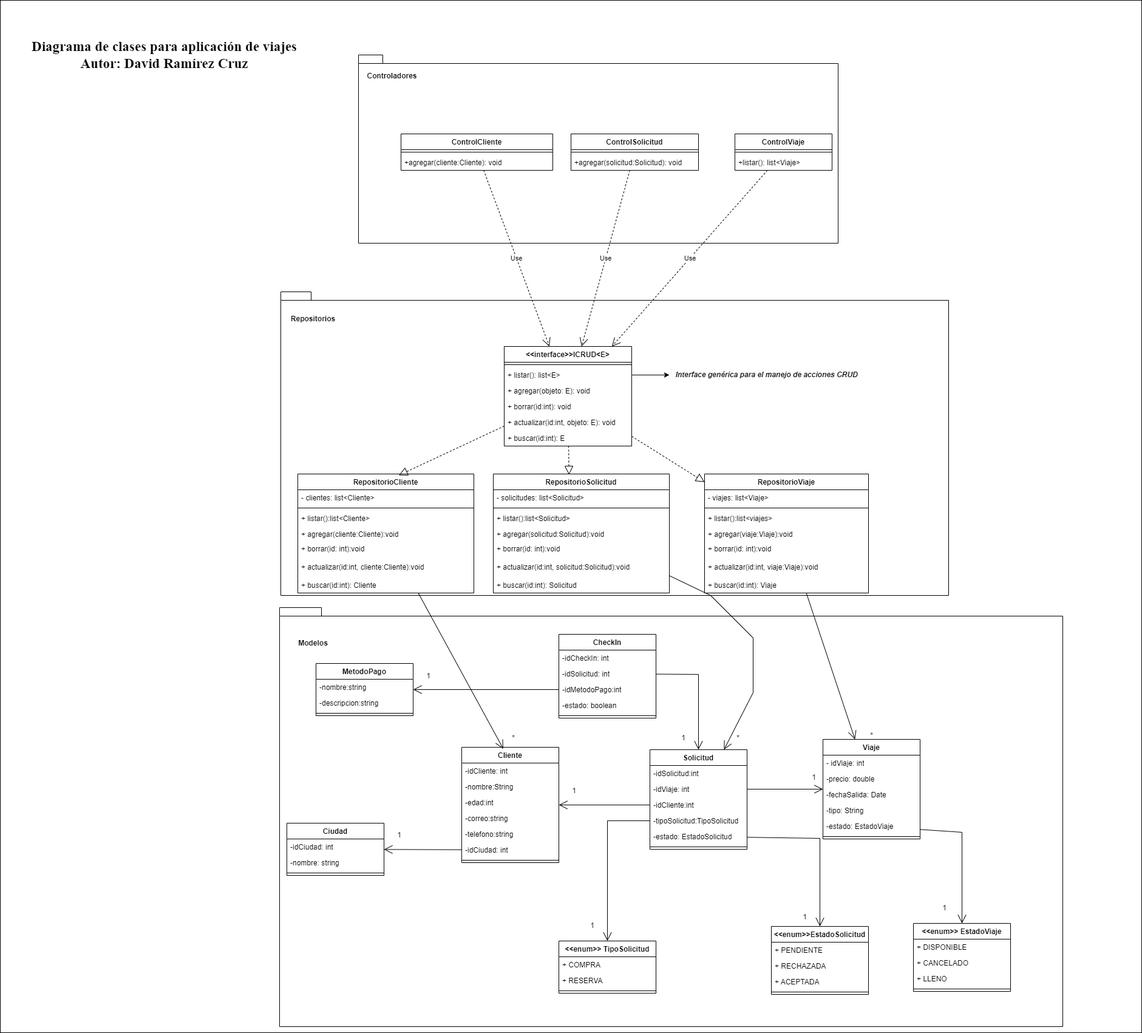
The draw.io diagram diagramas/diagrama de clases.png in Davidrc26/prueba-tecnica-backend, before a commit. Source tidied: cells renumbered, new cells last; positions are measured from the earlier drawing's top-left corner, leaving out a move shared by most shapes.
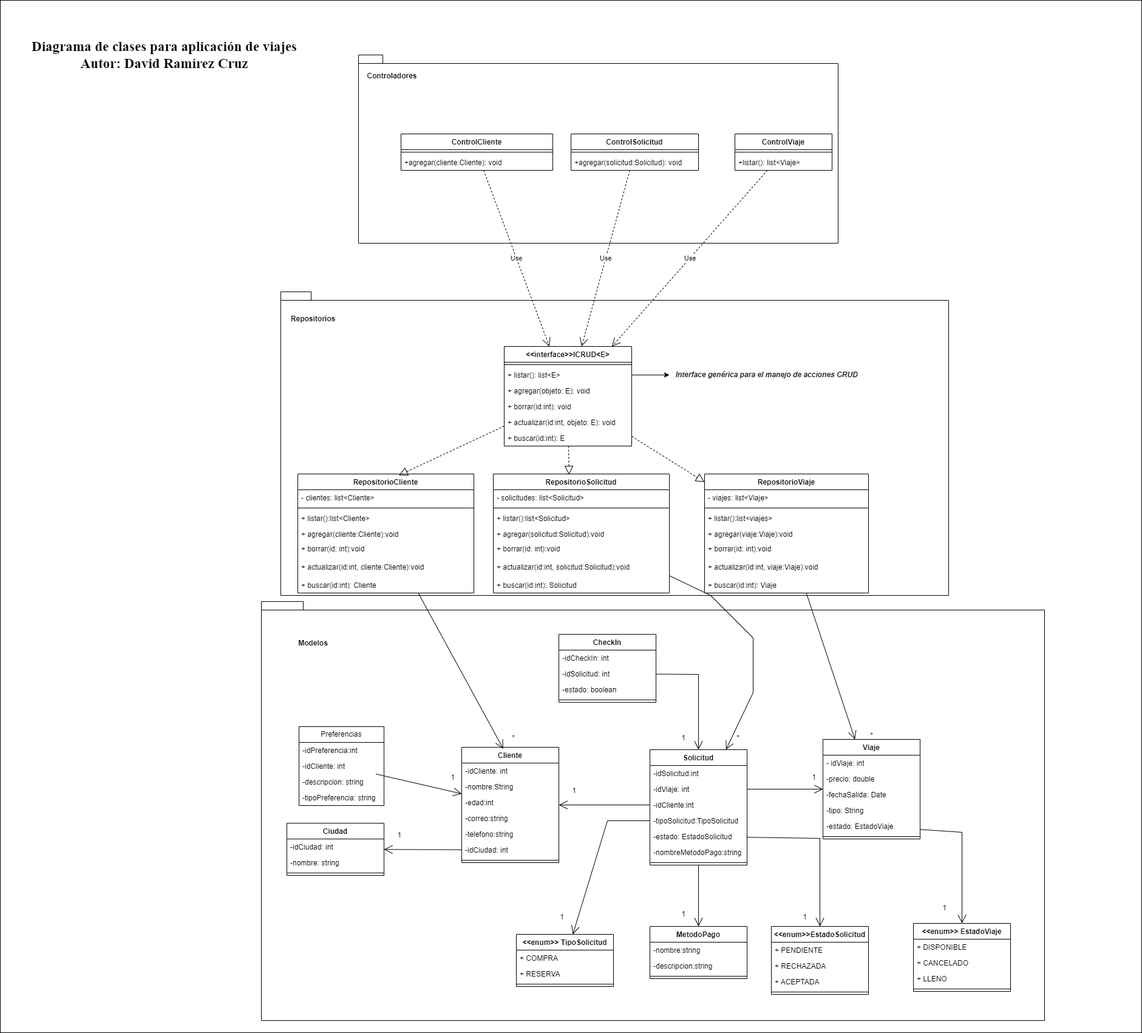
After the change.

Commit message:
pseudo codigo mejorado y ajustes al diagrama

The edit, as a diff of the source:
```diff
@@ -9,7 +9,7 @@
       <mxGeometry x="462" y="480" width="1100" height="500" as="geometry" />
     </mxCell>
     <mxCell id="4" style="shape=folder;fontStyle=1;spacingTop=10;tabWidth=40;tabHeight=14;tabPosition=left;html=1;whiteSpace=wrap;" parent="1" vertex="1">
-      <mxGeometry x="460" y="1000" width="1290" height="690" as="geometry" />
+      <mxGeometry x="430" y="990" width="1290" height="690" as="geometry" />
     </mxCell>
     <mxCell id="5" value="Viaje" style="swimlane;fontStyle=1;align=center;verticalAlign=top;horizontal=1;startSize=26;whiteSpace=wrap;html=1;" parent="1" vertex="1">
       <mxGeometry x="1355" y="1217" width="160" height="164" as="geometry" />
@@ -55,7 +55,7 @@
       </mxGeometry>
     </mxCell>
     <mxCell id="18" value="Solicitud" style="swimlane;fontStyle=1;align=center;verticalAlign=top;horizontal=1;startSize=26;whiteSpace=wrap;html=1;" parent="1" vertex="1">
-      <mxGeometry x="1070" y="1234" width="160" height="164" as="geometry" />
+      <mxGeometry x="1070" y="1234" width="160" height="190" as="geometry" />
     </mxCell>
     <mxCell id="19" value="-idSolicitud:int" style="text;strokeColor=none;fillColor=none;align=left;verticalAlign=top;spacingLeft=4;spacingRight=4;overflow=hidden;whiteSpace=wrap;html=1;" parent="18" vertex="1">
       <mxGeometry y="26" width="160" height="26" as="geometry" />
@@ -72,11 +72,14 @@
     <mxCell id="23" value="-estado: EstadoSolicitud" style="text;strokeColor=none;fillColor=none;align=left;verticalAlign=top;spacingLeft=4;spacingRight=4;overflow=hidden;points=[[0,0.5],[1,0.5]];portConstraint=eastwest;whiteSpace=wrap;html=1;" parent="18" vertex="1">
       <mxGeometry y="130" width="160" height="26" as="geometry" />
     </mxCell>
+    <mxCell id="130" value="-nombreMetodoPago:string" style="text;strokeColor=none;fillColor=none;align=left;verticalAlign=top;spacingLeft=4;spacingRight=4;overflow=hidden;whiteSpace=wrap;html=1;" parent="18" vertex="1">
+      <mxGeometry y="156" width="160" height="26" as="geometry" />
+    </mxCell>
     <mxCell id="24" style="line;strokeWidth=1;fillColor=none;align=left;verticalAlign=middle;spacingTop=-1;spacingLeft=3;spacingRight=3;labelPosition=right;strokeColor=inherit;" parent="18" vertex="1">
-      <mxGeometry y="156" width="160" height="8" as="geometry" />
+      <mxGeometry y="182" width="160" height="8" as="geometry" />
     </mxCell>
     <mxCell id="25" value="&amp;lt;&amp;lt;enum&amp;gt;&amp;gt; TipoSolicitud" style="swimlane;fontStyle=1;align=center;verticalAlign=top;horizontal=1;startSize=26;whiteSpace=wrap;html=1;" parent="1" vertex="1">
-      <mxGeometry x="920" y="1549" width="160" height="86" as="geometry" />
+      <mxGeometry x="850" y="1538" width="160" height="86" as="geometry" />
     </mxCell>
     <mxCell id="26" value="+ COMPRA" style="text;strokeColor=none;fillColor=none;align=left;verticalAlign=top;spacingLeft=4;spacingRight=4;overflow=hidden;whiteSpace=wrap;html=1;" parent="25" vertex="1">
       <mxGeometry y="26" width="160" height="26" as="geometry" />
@@ -159,7 +162,7 @@
       <mxGeometry relative="1" as="geometry" />
     </mxCell>
     <mxCell id="50" value="1" style="text;html=1;align=center;verticalAlign=middle;strokeColor=none;fillColor=none;" parent="1" vertex="1">
-      <mxGeometry x="960" y="1509" width="30" height="30" as="geometry" />
+      <mxGeometry x="910" y="1495" width="30" height="30" as="geometry" />
     </mxCell>
     <mxCell id="51" value="1" style="text;html=1;align=center;verticalAlign=middle;strokeColor=none;fillColor=none;" parent="1" vertex="1">
       <mxGeometry x="1310" y="1495" width="30" height="30" as="geometry" />
@@ -180,7 +183,7 @@
       <mxGeometry x="642" y="1360" width="30" height="30" as="geometry" />
     </mxCell>
     <mxCell id="57" value="CheckIn" style="swimlane;fontStyle=1;align=center;verticalAlign=top;horizontal=1;startSize=26;whiteSpace=wrap;html=1;" parent="1" vertex="1">
-      <mxGeometry x="920" y="1044" width="160" height="138" as="geometry" />
+      <mxGeometry x="920" y="1044" width="160" height="112" as="geometry" />
     </mxCell>
     <mxCell id="58" value="-idCheckIn: int" style="text;strokeColor=none;fillColor=none;align=left;verticalAlign=top;spacingLeft=4;spacingRight=4;overflow=hidden;whiteSpace=wrap;html=1;" parent="57" vertex="1">
       <mxGeometry y="26" width="160" height="26" as="geometry" />
@@ -188,14 +191,11 @@
     <mxCell id="59" value="-idSolicitud: int" style="text;strokeColor=none;fillColor=none;align=left;verticalAlign=top;spacingLeft=4;spacingRight=4;overflow=hidden;points=[[0,0.5],[1,0.5]];portConstraint=eastwest;whiteSpace=wrap;html=1;" parent="57" vertex="1">
       <mxGeometry y="52" width="160" height="26" as="geometry" />
     </mxCell>
-    <mxCell id="60" value="-idMetodoPago:int" style="text;strokeColor=none;fillColor=none;align=left;verticalAlign=top;spacingLeft=4;spacingRight=4;overflow=hidden;points=[[0,0.5],[1,0.5]];portConstraint=eastwest;whiteSpace=wrap;html=1;" parent="57" vertex="1">
-      <mxGeometry y="78" width="160" height="26" as="geometry" />
-    </mxCell>
     <mxCell id="61" value="-estado: boolean" style="text;strokeColor=none;fillColor=none;align=left;verticalAlign=top;spacingLeft=4;spacingRight=4;overflow=hidden;whiteSpace=wrap;html=1;" parent="57" vertex="1">
-      <mxGeometry y="104" width="160" height="26" as="geometry" />
+      <mxGeometry y="78" width="160" height="26" as="geometry" />
     </mxCell>
     <mxCell id="62" style="line;strokeWidth=1;fillColor=none;align=left;verticalAlign=middle;spacingTop=-1;spacingLeft=3;spacingRight=3;labelPosition=right;strokeColor=inherit;" parent="57" vertex="1">
-      <mxGeometry y="130" width="160" height="8" as="geometry" />
+      <mxGeometry y="104" width="160" height="8" as="geometry" />
     </mxCell>
     <mxCell id="63" style="endArrow=open;endFill=1;endSize=12;html=1;rounded=0;" parent="1" edge="1" source="59" target="18">
       <mxGeometry relative="1" as="geometry">
@@ -340,7 +340,7 @@
       </mxGeometry>
     </mxCell>
     <mxCell id="107" value="MetodoPago" style="swimlane;fontStyle=1;align=center;verticalAlign=top;horizontal=1;startSize=26;whiteSpace=wrap;html=1;" parent="1" vertex="1">
-      <mxGeometry x="520" y="1092" width="160" height="86" as="geometry" />
+      <mxGeometry x="1070" y="1525" width="160" height="86" as="geometry" />
     </mxCell>
     <mxCell id="108" value="-nombre:string" style="text;strokeColor=none;fillColor=none;align=left;verticalAlign=top;spacingLeft=4;spacingRight=4;overflow=hidden;whiteSpace=wrap;html=1;" parent="107" vertex="1">
       <mxGeometry y="26" width="160" height="26" as="geometry" />
@@ -351,11 +351,11 @@
     <mxCell id="110" style="line;strokeWidth=1;fillColor=none;align=left;verticalAlign=middle;spacingTop=-1;spacingLeft=3;spacingRight=3;labelPosition=right;strokeColor=inherit;" parent="107" vertex="1">
       <mxGeometry y="78" width="160" height="8" as="geometry" />
     </mxCell>
-    <mxCell id="111" style="endArrow=open;endFill=1;endSize=12;html=1;rounded=0;" parent="1" edge="1" source="60" target="107">
+    <mxCell id="111" style="endArrow=open;endFill=1;endSize=12;html=1;rounded=0;" parent="1" edge="1" source="18" target="107">
       <mxGeometry relative="1" as="geometry" />
     </mxCell>
     <mxCell id="112" value="1" style="text;html=1;align=center;verticalAlign=middle;strokeColor=none;fillColor=none;" parent="1" vertex="1">
-      <mxGeometry x="690" y="1098" width="30" height="30" as="geometry" />
+      <mxGeometry x="730" y="1265" width="30" height="30" as="geometry" />
     </mxCell>
     <mxCell id="113" style="shape=folder;fontStyle=1;spacingTop=10;tabWidth=40;tabHeight=14;tabPosition=left;html=1;whiteSpace=wrap;" parent="1" vertex="1">
       <mxGeometry x="590" y="90" width="790" height="310" as="geometry" />
@@ -408,5 +408,26 @@
     <mxCell id="129" value="Diagrama de clases para aplicación de viajes&lt;br&gt;Autor: David Ramírez Cruz&lt;br&gt;" style="text;html=1;align=center;verticalAlign=middle;strokeColor=none;fillColor=none;fontSize=23;fontStyle=1;fontFamily=Times New Roman;" parent="1" vertex="1">
       <mxGeometry x="40" y="55" width="460" height="70" as="geometry" />
     </mxCell>
+    <mxCell id="131" value="1" style="text;html=1;align=center;verticalAlign=middle;strokeColor=none;fillColor=none;" parent="1" vertex="1">
+      <mxGeometry x="1110" y="1490" width="30" height="30" as="geometry" />
+    </mxCell>
+    <mxCell id="132" value="Preferencias" style="swimlane;fontStyle=0;horizontal=1;startSize=26;fillColor=none;whiteSpace=wrap;html=1;" parent="1" vertex="1">
+      <mxGeometry x="492" y="1196" width="140" height="130" as="geometry" />
+    </mxCell>
+    <mxCell id="133" value="-idPreferencia:int" style="text;strokeColor=none;fillColor=none;align=left;verticalAlign=top;spacingLeft=4;spacingRight=4;overflow=hidden;whiteSpace=wrap;html=1;" parent="132" vertex="1">
+      <mxGeometry y="26" width="140" height="26" as="geometry" />
+    </mxCell>
+    <mxCell id="134" value="-idCliente: int" style="text;strokeColor=none;fillColor=none;align=left;verticalAlign=top;spacingLeft=4;spacingRight=4;overflow=hidden;points=[[0,0.5],[1,0.5]];portConstraint=eastwest;whiteSpace=wrap;html=1;" parent="132" vertex="1">
+      <mxGeometry y="52" width="140" height="26" as="geometry" />
+    </mxCell>
+    <mxCell id="135" value="-descripcion: string" style="text;strokeColor=none;fillColor=none;align=left;verticalAlign=top;spacingLeft=4;spacingRight=4;overflow=hidden;whiteSpace=wrap;html=1;" parent="132" vertex="1">
+      <mxGeometry y="78" width="140" height="26" as="geometry" />
+    </mxCell>
+    <mxCell id="136" value="-tipoPreferencia: string" style="text;strokeColor=none;fillColor=none;align=left;verticalAlign=top;spacingLeft=4;spacingRight=4;overflow=hidden;whiteSpace=wrap;html=1;" parent="132" vertex="1">
+      <mxGeometry y="104" width="140" height="26" as="geometry" />
+    </mxCell>
+    <mxCell id="137" style="endArrow=open;endFill=1;endSize=12;html=1;rounded=0;" parent="1" edge="1" source="134" target="37">
+      <mxGeometry relative="1" as="geometry" />
+    </mxCell>
   </root>
 </mxGraphModel>
```
